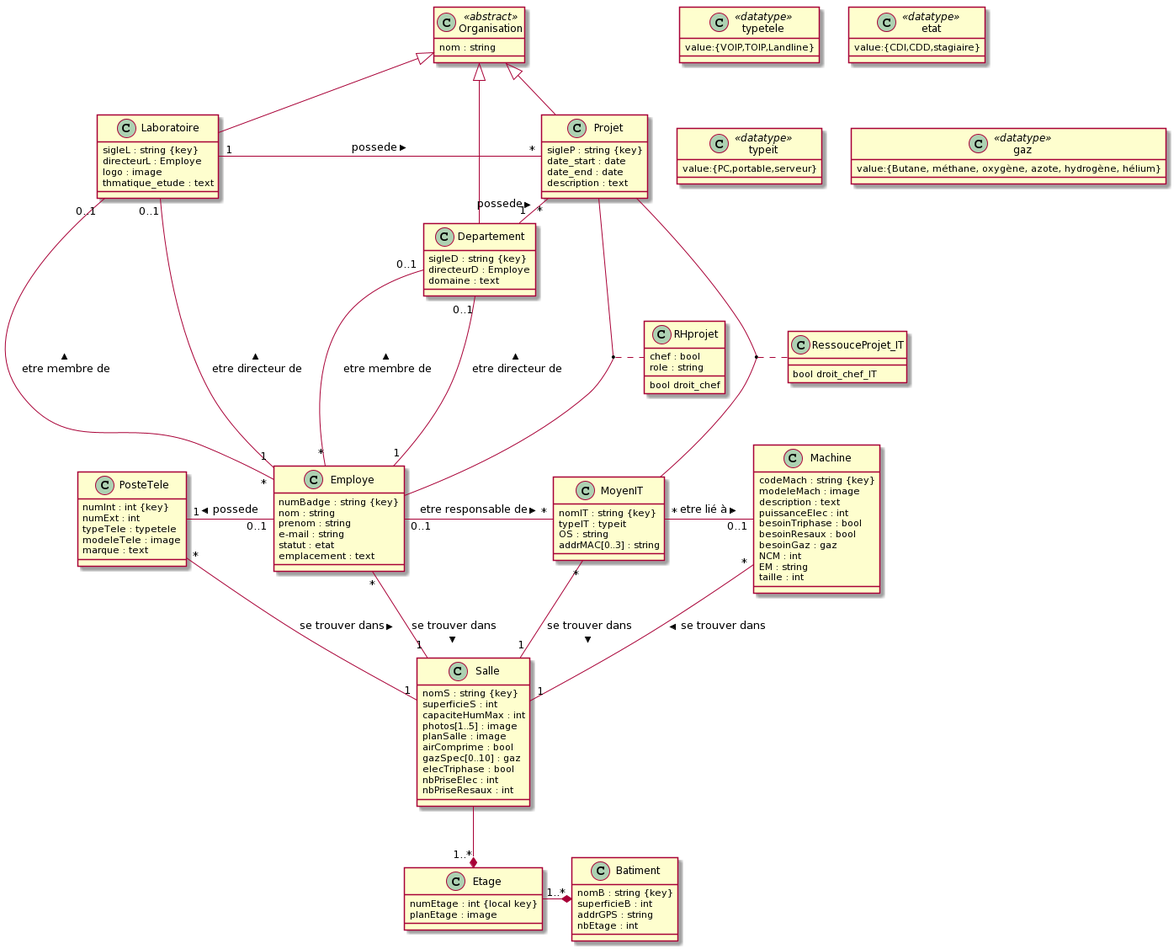
This is MCD/UML.png from hanlinAumonde/nf17_projet_individuel, a PlantUML export, as it was before one commit.
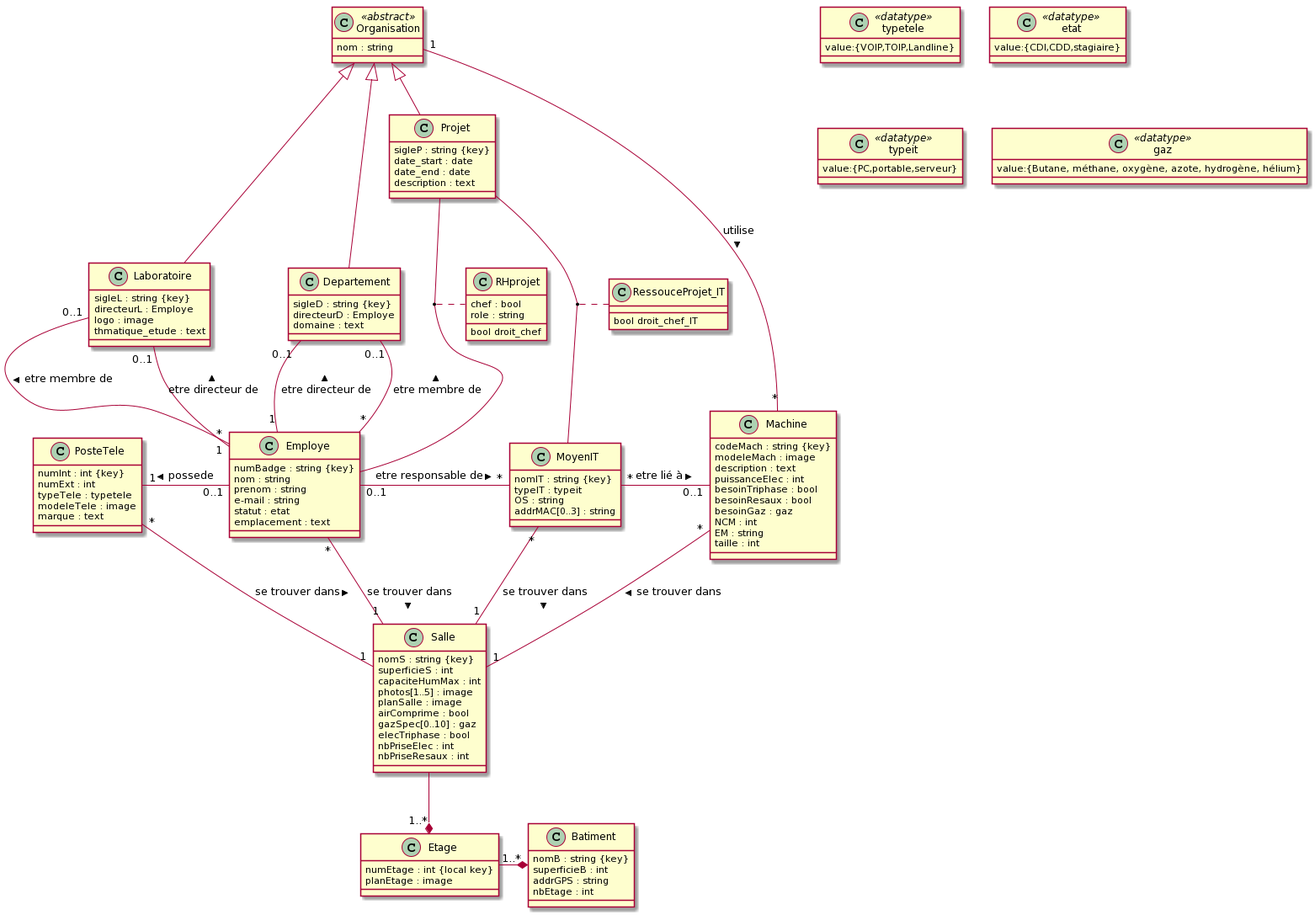
Later version of the same file.

Diff of the diagram source:
```diff
@@ -78,7 +78,6 @@
 }
 
 
-
 class Salle{
   nomS : string {key}
   superficieS : int
@@ -115,11 +114,11 @@
   {method} bool droit_chef_IT
 }
 
+
 Organisation <|-- Laboratoire
 Organisation <|-- Projet
 Organisation <|-- Departement
-Laboratoire "1"-"*" Projet : possede >
-Projet "*"-"1" Departement : possede <
+Organisation "1"--"*" Machine : utilise >
 Laboratoire "0..1"--"*" Employe : etre membre de <
 Laboratoire "0..1"--"1" Employe : etre directeur de <
 Projet " "--" " Employe
```
